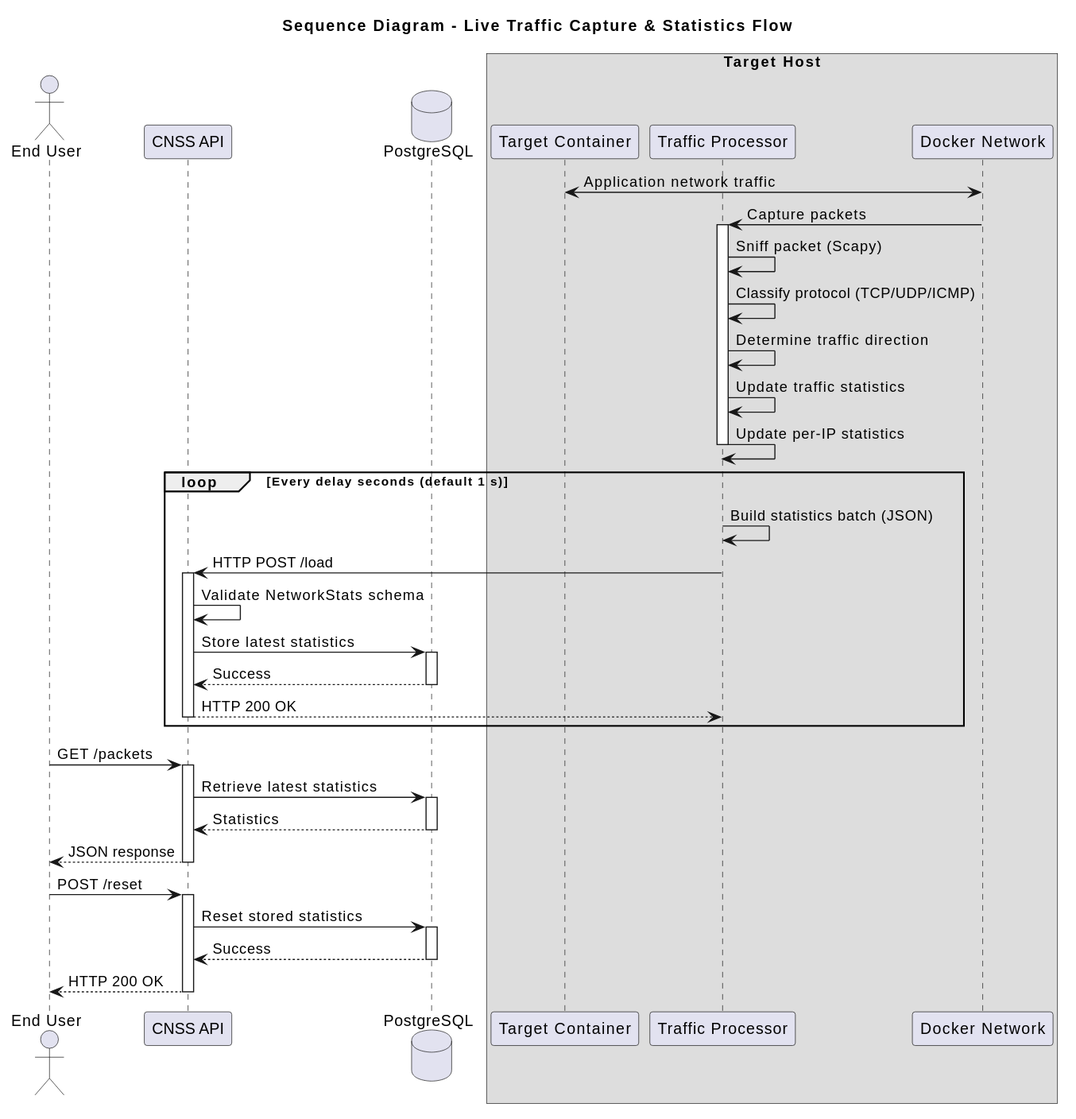
The PlantUML diagram docs/architecture/dynamic-view/sequence-diagram.svg in SWP-Team-46/Traffic-Proccessor, before a commit.
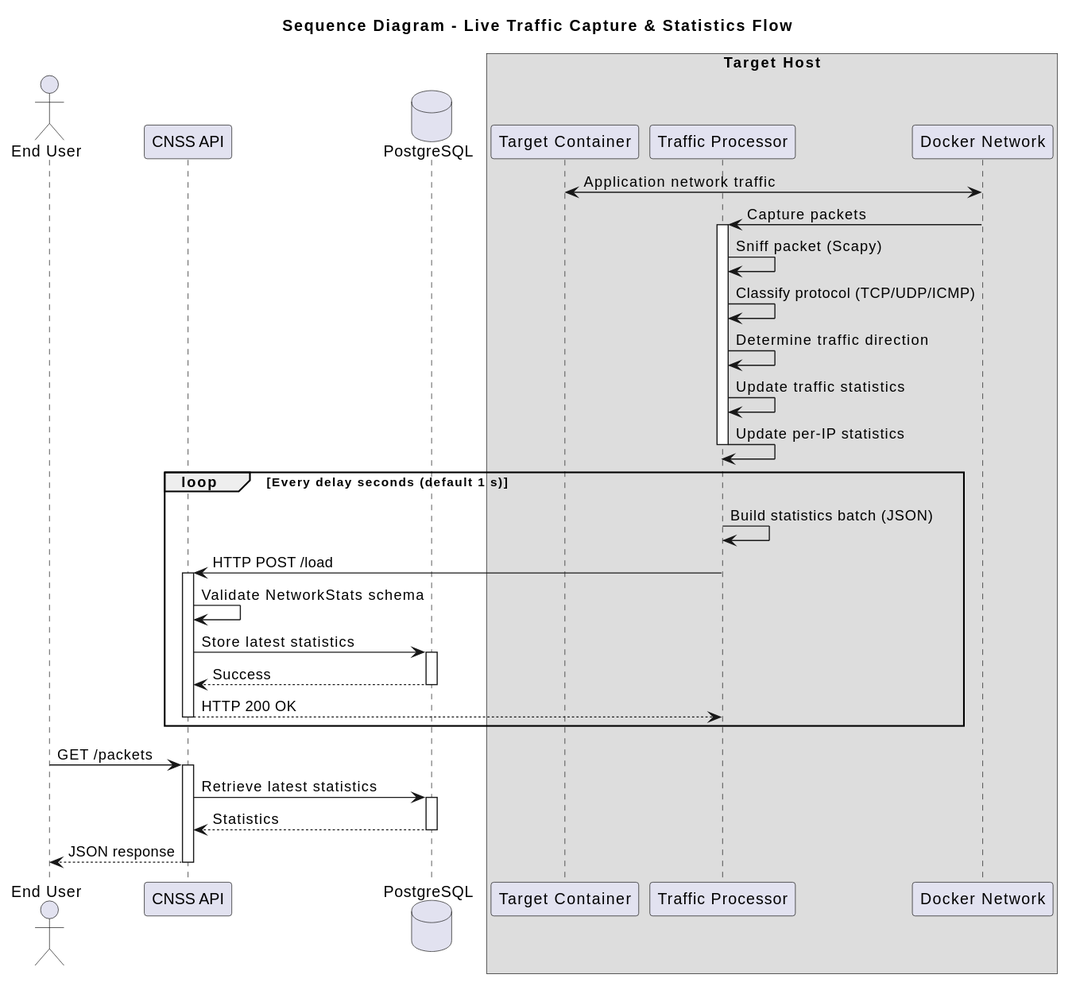
Later version of the same file.

What changed in the source:
```diff
@@ -54,15 +54,4 @@
 
 api --> user: JSON response
 deactivate api
-
-user -> api: POST /reset
-activate api
-
-api -> db: Reset stored statistics
-activate db
-db --> api: Success
-deactivate db
-
-api --> user: HTTP 200 OK
-deactivate api
 @enduml
```
